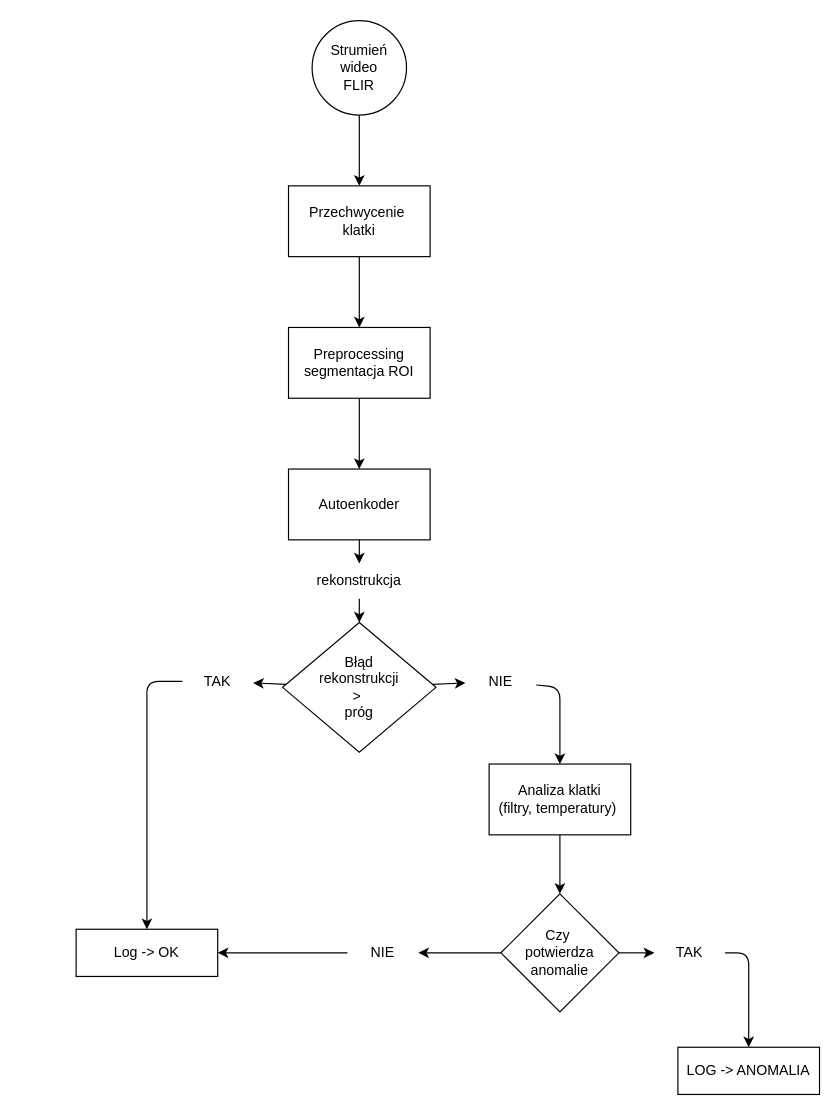
This is anomalies_system_diagram.drawio from dawidburcon/weld-thermal-anomaly-detection, a draw.io file, before an edit. Source tidied: cells renumbered, new cells numbered last; positions are measured from the earlier drawing's top-left corner, leaving out a move shared by most shapes. Both pictures are drawn from the tidied source at 118%, with x=0, y=0 at pixel (76, 20).
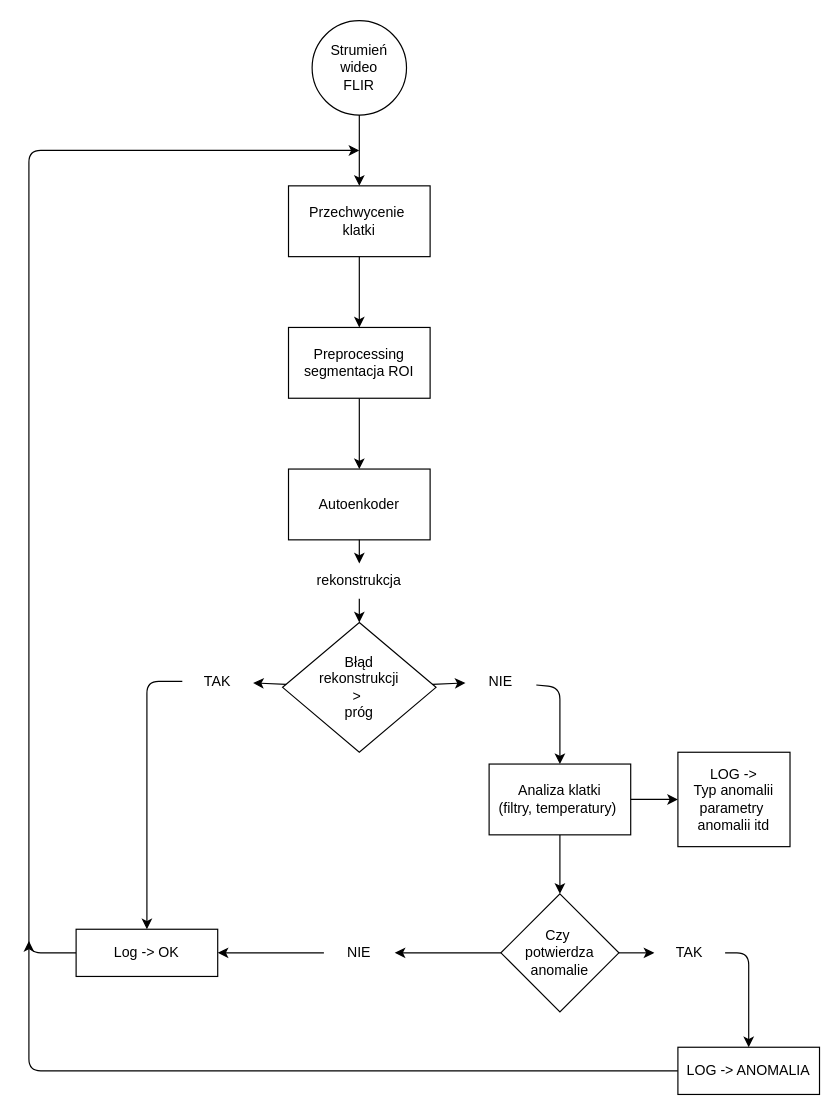
Above is the later version.

Commit message (it also covers changes not shown here):
OOP in main_anomaly_detection and loop in drawio

The change refers to these unchanged cells:
```xml
<mxCell id="16" value="Analiza klatki&lt;br&gt;(filtry, temperatury)&amp;nbsp;" style="whiteSpace=wrap;html=1;rounded=0;" parent="1" vertex="1">
  <mxGeometry x="350" y="630" width="120" height="60" as="geometry" />
</mxCell>
<mxCell id="24" value="Log -&amp;gt; OK" style="rounded=0;whiteSpace=wrap;html=1;" parent="1" vertex="1">
  <mxGeometry y="770" width="120" height="40" as="geometry" />
</mxCell>
<mxCell id="25" value="LOG -&amp;gt; ANOMALIA" style="whiteSpace=wrap;html=1;rounded=0;" parent="1" vertex="1">
  <mxGeometry x="510" y="870" width="120" height="40" as="geometry" />
</mxCell>
```

What changed in the source:
```diff
@@
+    <mxCell id="30" style="edgeStyle=none;html=1;" parent="1" edge="1" source="16" target="33">
+      <mxGeometry relative="1" as="geometry" />
+    </mxCell>
@@
+    <mxCell id="31" style="edgeStyle=none;html=1;" parent="1" edge="1" source="24">
+      <mxGeometry relative="1" as="geometry">
+        <mxPoint x="240" y="110" as="targetPoint" />
+        <Array as="points">
+          <mxPoint x="-40" y="790" />
+          <mxPoint x="-40" y="110" />
+        </Array>
+      </mxGeometry>
+    </mxCell>
@@
+    <mxCell id="32" style="edgeStyle=none;html=1;" parent="1" edge="1" source="25">
+      <mxGeometry relative="1" as="geometry">
+        <mxPoint x="-40" y="780" as="targetPoint" />
+        <Array as="points">
+          <mxPoint x="-40" y="890" />
+        </Array>
+      </mxGeometry>
+    </mxCell>
@@
     <mxCell id="27" value="NIE" style="text;html=1;align=center;verticalAlign=middle;whiteSpace=wrap;rounded=0;" parent="1" vertex="1">
-      <mxGeometry x="230" y="775" width="60" height="30" as="geometry" />
+      <mxGeometry x="210" y="775" width="60" height="30" as="geometry" />
     </mxCell>
@@
+    <mxCell id="33" value="LOG -&amp;gt;&lt;div&gt;Typ anomalii&lt;/div&gt;&lt;div&gt;parametry&amp;nbsp;&lt;/div&gt;&lt;div&gt;anomalii itd&lt;/div&gt;" style="whiteSpace=wrap;html=1;rounded=0;" parent="1" vertex="1">
+      <mxGeometry x="510" y="620" width="95" height="80" as="geometry" />
+    </mxCell>
```
